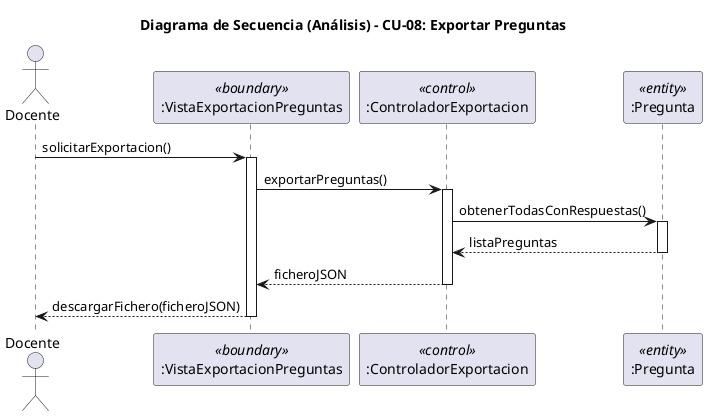
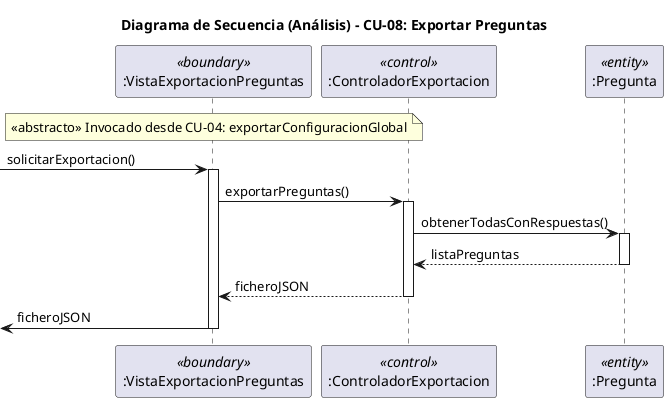
- ﻿@startuml cu08-exportarPreguntas-analisis-secuencia
+ @startuml cu08-exportarPreguntas-analisis-secuencia
title Diagrama de Secuencia (Análisis) - CU-08: Exportar Preguntas

- actor "Docente" as Actor
participant ":VistaExportacionPreguntas" as Boundary <<boundary>>
participant ":ControladorExportacion" as Control <<control>>
participant ":Pregunta" as Entity <<entity>>

- Actor -> Boundary : solicitarExportacion()
+ note over Boundary : <<abstracto>> Invocado desde CU-04: exportarConfiguracionGlobal
+ 
+ [-> Boundary : solicitarExportacion()
activate Boundary

Boundary -> Control : exportarPreguntas()
activate Control

Control -> Entity : obtenerTodasConRespuestas()
activate Entity
Entity --> Control : listaPreguntas
deactivate Entity

Control --> Boundary : ficheroJSON
deactivate Control

- Boundary --> Actor : descargarFichero(ficheroJSON)
+ [<- Boundary : ficheroJSON
deactivate Boundary

@enduml
